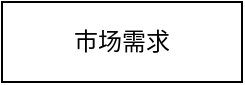
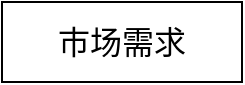
<mxfile host="app.diagrams.net">
  <diagram name="第 1 页" id="KCBWo45Jhq6FbeANtMXA">
    <mxGraphModel dx="1022" dy="538" grid="1" gridSize="10" guides="1" tooltips="1" connect="1" arrows="1" fold="1" page="1" pageScale="1" pageWidth="1169" pageHeight="827" math="0" shadow="0">
      <root>
        <mxCell id="0" />
        <mxCell id="1" parent="0" />
-         <mxCell id="0cBzrDOoJQkcRds2v_98-2" parent="1" style="rounded=0;whiteSpace=wrap;html=1;" value="&lt;div&gt;市场需求&lt;/div&gt;" vertex="1">
+         <mxCell id="0cBzrDOoJQkcRds2v_98-2" parent="1" style="rounded=0;whiteSpace=wrap;html=1;fontSize=16;" value="&lt;div&gt;市场需求&lt;/div&gt;" vertex="1">
          <mxGeometry height="40" width="120" x="40" y="40" as="geometry" />
        </mxCell>
      </root>
    </mxGraphModel>
  </diagram>
</mxfile>
